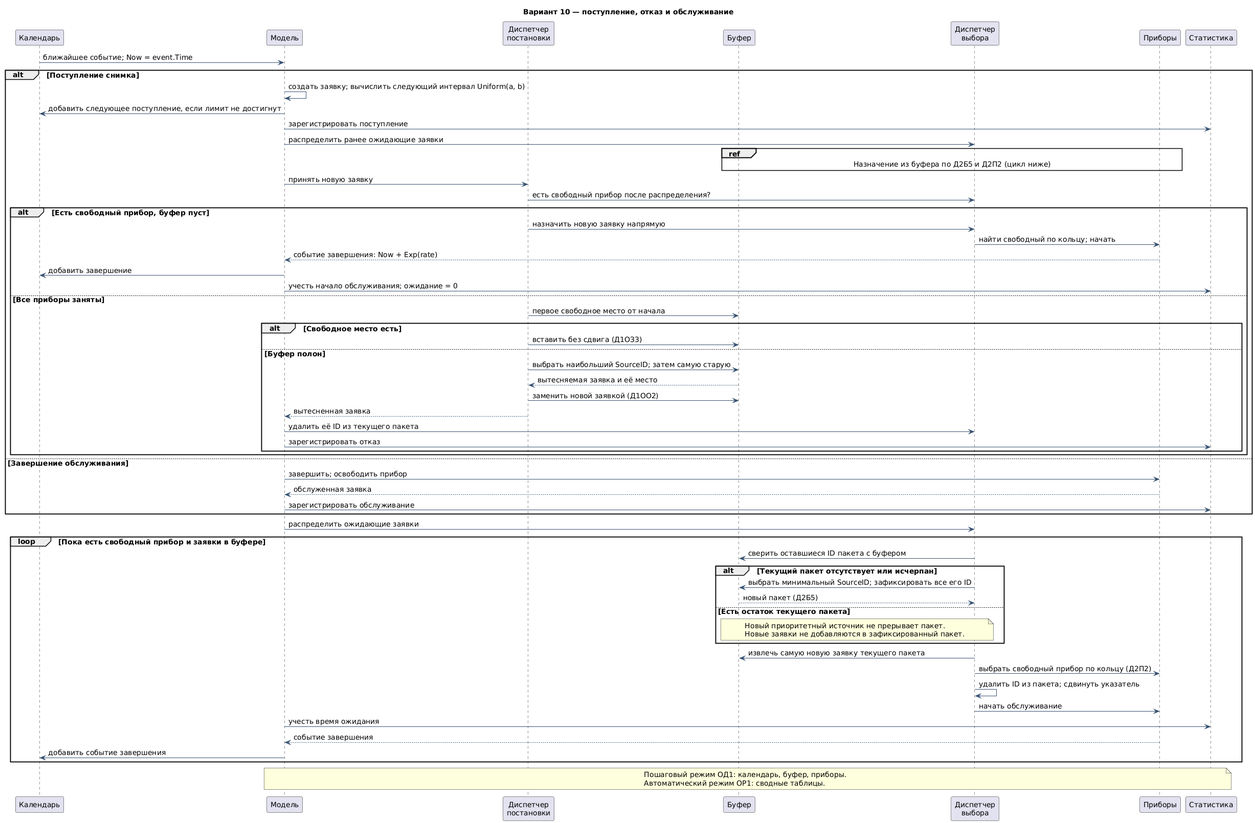
MeguruMacabre/aps-variant-10 keeps this PlantUML diagram as docs/diagrams/sequence.png. Above is the earlier version.
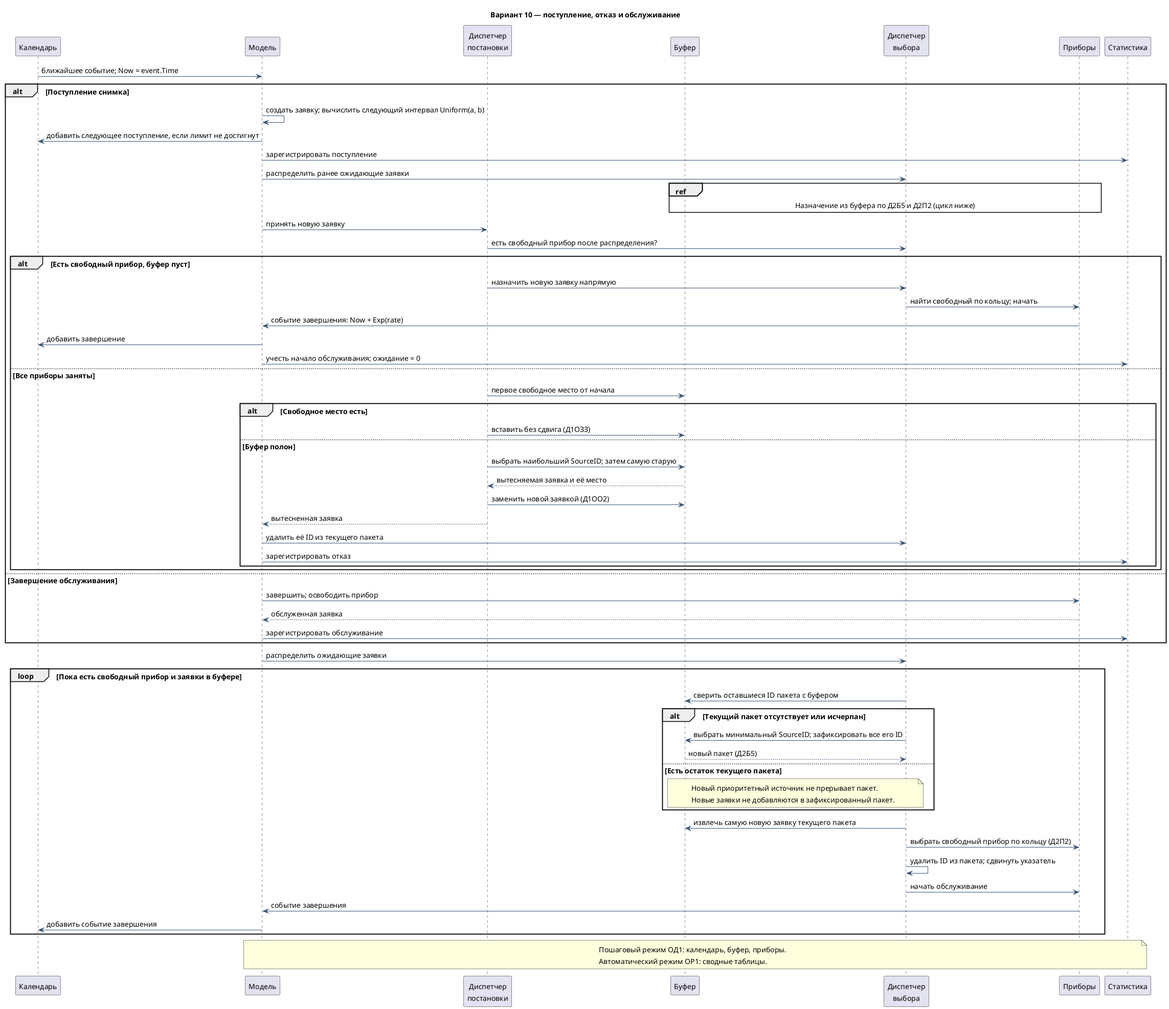
The same diagram one commit later.

What changed in the source:
```diff
@@ -26,7 +26,7 @@
   alt Есть свободный прибор, буфер пуст
     P -> V : назначить новую заявку напрямую
     V -> D : найти свободный по кольцу; начать
-    D --> S : событие завершения: Now + Exp(rate)
+    D -> S : событие завершения: Now + Exp(rate)
     S -> C : добавить завершение
     S -> T : учесть начало обслуживания; ожидание = 0
   else Все приборы заняты
@@ -60,8 +60,7 @@
   V -> D : выбрать свободный прибор по кольцу (Д2П2)
   V -> V : удалить ID из пакета; сдвинуть указатель
   V -> D : начать обслуживание
-  S -> T : учесть время ожидания
-  D --> S : событие завершения
+  D -> S : событие завершения
   S -> C : добавить событие завершения
 end
 note over S,T : Пошаговый режим ОД1: календарь, буфер, приборы.\nАвтоматический режим ОР1: сводные таблицы.
```
